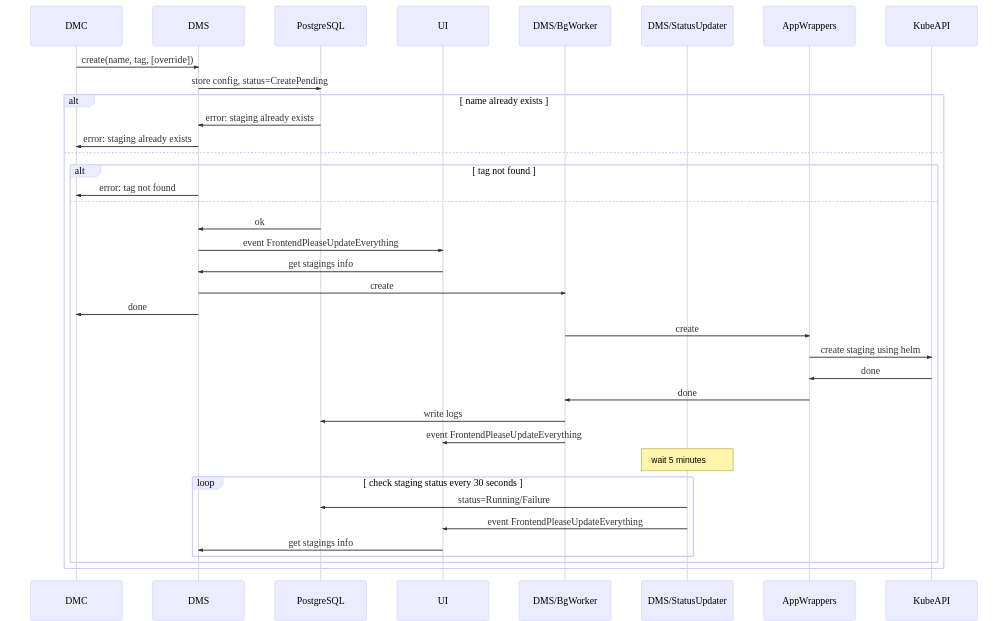
Above: docs/diagrams/images/technical-architecture-create-via-cli.png in typeable/octopod (Mermaid), before the change. Its source is kept beside it as docs/diagrams/src/technical-architecture-create-via-cli.mmd.
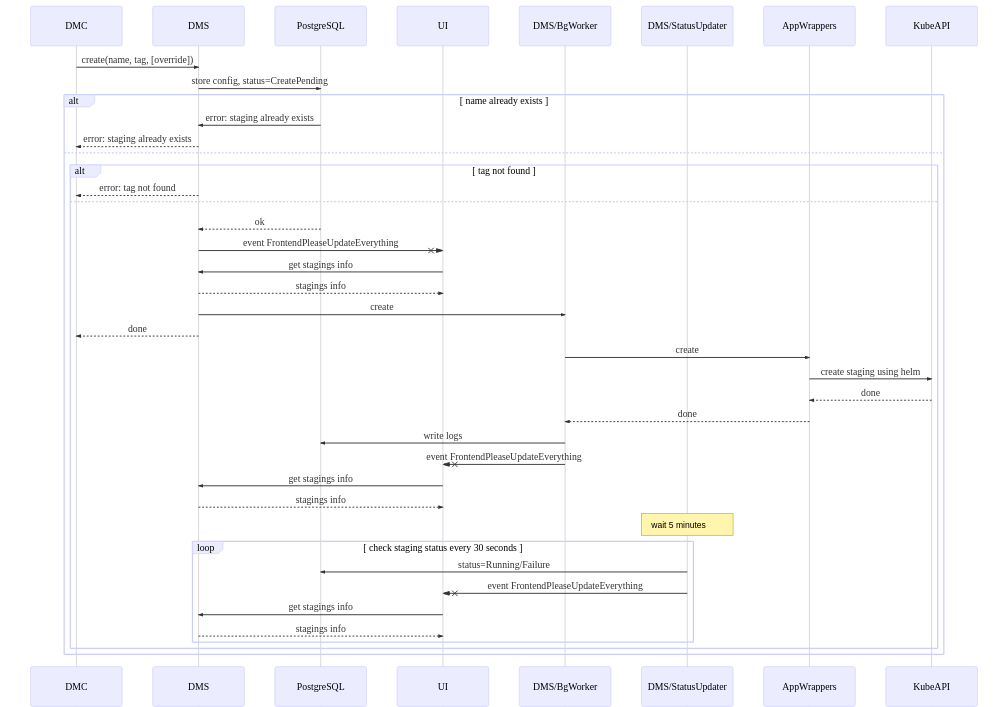
Later version of the same file.

Diff of the diagram source:
```diff
@@ -11,27 +11,31 @@
     DMS->>PostgreSQL: store config, status=CreatePending
     alt name already exists
         PostgreSQL->>DMS: error: staging already exists
-        DMS->>DMC: error: staging already exists
+        DMS-->>DMC: error: staging already exists
     else
         alt tag not found
-            DMS->>DMC: error: tag not found
+            DMS-->>DMC: error: tag not found
         else
-            PostgreSQL->>DMS: ok
-            DMS->>UI: event FrontendPleaseUpdateEverything
+            PostgreSQL-->>DMS: ok
+            DMS-xUI: event FrontendPleaseUpdateEverything
             UI->>DMS: get stagings info
+            DMS-->>UI: stagings info
             DMS->>DMS/BgWorker: create
-            DMS->>DMC: done
+            DMS-->>DMC: done
             DMS/BgWorker->>AppWrappers: create
-            AppWrappers->>KubeAPI: create staging using helm
-            KubeAPI->>AppWrappers: done
-            AppWrappers->>DMS/BgWorker: done
+            AppWrappers->>KubeAPI: create staging
+            KubeAPI-->>AppWrappers: done
+            AppWrappers-->>DMS/BgWorker: done
             DMS/BgWorker->>PostgreSQL: write logs
-            DMS/BgWorker->>UI: event FrontendPleaseUpdateEverything
+            DMS/BgWorker-xUI: event FrontendPleaseUpdateEverything
+            UI->>DMS: get stagings info
+            DMS-->>UI: stagings info
             Note over DMS/StatusUpdater: wait 5 minutes
             loop check staging status every 30 seconds
                 DMS/StatusUpdater->>PostgreSQL: status=Running/Failure
-                DMS/StatusUpdater->>UI: event FrontendPleaseUpdateEverything
+                DMS/StatusUpdater-xUI: event FrontendPleaseUpdateEverything
                 UI->>DMS: get stagings info
+                DMS-->>UI: stagings info
             end
         end
     end
```
